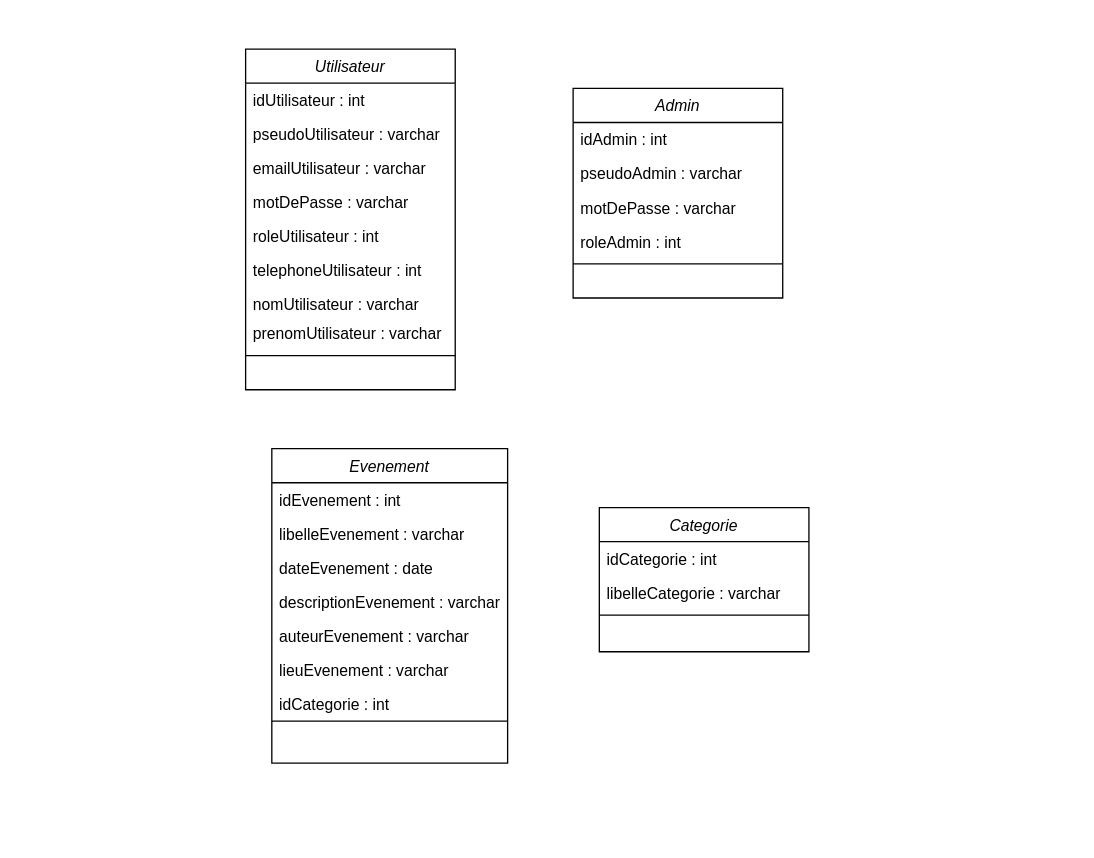
Before: Maquette/Diagramme de classe.drawio in Veraghe/BAM, a draw.io diagram. Source tidied: cells renumbered, new cells numbered last; positions are measured from the earlier drawing's top-left corner, leaving out a move shared by most shapes. Both pictures are drawn from the tidied source at 131%, with x=0, y=0 at pixel (245, 48).
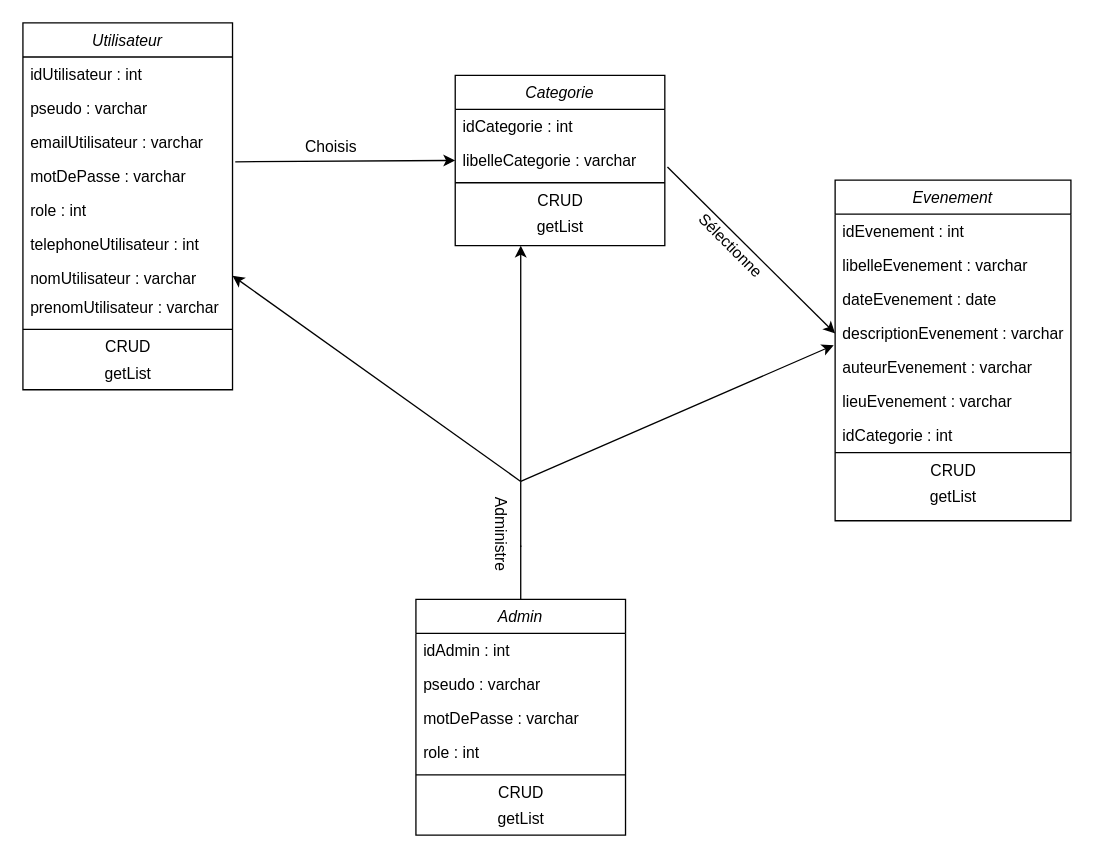
The same diagram, later.

Commit message:
diagramme de classe

Unchanged cells that the change refers to:
```xml
<mxCell id="6" value="motDePasse : varchar&#10;&#10;" style="text;align=left;verticalAlign=top;spacingLeft=4;spacingRight=4;overflow=hidden;points=[[0,0.5],[1,0.5]];portConstraint=eastwest;rounded=0;shadow=0;html=0;" parent="2" vertex="1">
  <mxGeometry y="104" width="160" height="26" as="geometry" />
</mxCell>
<mxCell id="9" value="nomUtilisateur : varchar" style="text;align=left;verticalAlign=top;spacingLeft=4;spacingRight=4;overflow=hidden;points=[[0,0.5],[1,0.5]];portConstraint=eastwest;" parent="2" vertex="1">
  <mxGeometry y="182" width="160" height="22" as="geometry" />
</mxCell>
<mxCell id="22" value="descriptionEvenement : varchar&#10;&#10;" style="text;align=left;verticalAlign=top;spacingLeft=4;spacingRight=4;overflow=hidden;points=[[0,0.5],[1,0.5]];portConstraint=eastwest;rounded=0;shadow=0;html=0;" parent="18" vertex="1">
  <mxGeometry y="104" width="180" height="26" as="geometry" />
</mxCell>
```

Change to the diagram source:
```diff
@@
     <mxCell id="2" value="Utilisateur" style="swimlane;fontStyle=2;align=center;verticalAlign=top;horizontal=1;startSize=26;rounded=0;shadow=0;strokeWidth=1;" parent="1" vertex="1">
-      <mxGeometry width="160" height="260" as="geometry" />
+      <mxGeometry x="-170" y="-20" width="160" height="280" as="geometry" />
     </mxCell>
@@
-    <mxCell id="4" value="pseudoUtilisateur : varchar" style="text;align=left;verticalAlign=top;spacingLeft=4;spacingRight=4;overflow=hidden;rounded=0;shadow=0;html=0;" parent="2" vertex="1">
+    <mxCell id="4" value="pseudo : varchar" style="text;align=left;verticalAlign=top;spacingLeft=4;spacingRight=4;overflow=hidden;rounded=0;shadow=0;html=0;" parent="2" vertex="1">
       <mxGeometry y="52" width="160" height="26" as="geometry" />
     </mxCell>
@@
-    <mxCell id="7" value="roleUtilisateur : int&#10;" style="text;align=left;verticalAlign=top;spacingLeft=4;spacingRight=4;overflow=hidden;" parent="2" vertex="1">
+    <mxCell id="7" value="role : int&#10;" style="text;align=left;verticalAlign=top;spacingLeft=4;spacingRight=4;overflow=hidden;" parent="2" vertex="1">
       <mxGeometry y="130" width="160" height="26" as="geometry" />
     </mxCell>
@@
-    <mxCell id="12" value="Admin" style="swimlane;fontStyle=2;align=center;verticalAlign=top;horizontal=1;startSize=26;rounded=0;shadow=0;strokeWidth=1;" parent="1" vertex="1">
-      <mxGeometry x="250" y="30" width="160" height="160" as="geometry" />
-    </mxCell>
-    <mxCell id="13" value="idAdmin : int" style="text;align=left;verticalAlign=top;spacingLeft=4;spacingRight=4;overflow=hidden;" parent="12" vertex="1">
-      <mxGeometry y="26" width="160" height="26" as="geometry" />
-    </mxCell>
-    <mxCell id="14" value="pseudoAdmin : varchar" style="text;align=left;verticalAlign=top;spacingLeft=4;spacingRight=4;overflow=hidden;rounded=0;shadow=0;html=0;" parent="12" vertex="1">
-      <mxGeometry y="52" width="160" height="26" as="geometry" />
-    </mxCell>
-    <mxCell id="15" value="motDePasse : varchar&#10;&#10;" style="text;align=left;verticalAlign=top;spacingLeft=4;spacingRight=4;overflow=hidden;rounded=0;shadow=0;html=0;" parent="12" vertex="1">
-      <mxGeometry y="78" width="160" height="26" as="geometry" />
-    </mxCell>
-    <mxCell id="16" value="roleAdmin : int&#10;" style="text;align=left;verticalAlign=top;spacingLeft=4;spacingRight=4;overflow=hidden;" parent="12" vertex="1">
-      <mxGeometry y="104" width="160" height="26" as="geometry" />
-    </mxCell>
-    <mxCell id="17" style="line;html=1;strokeWidth=1;align=left;verticalAlign=middle;spacingTop=-1;spacingLeft=3;spacingRight=3;labelPosition=right;" parent="12" vertex="1">
-      <mxGeometry y="130" width="160" height="8" as="geometry" />
-    </mxCell>
+    <mxCell id="31" value="CRUD" style="text;html=1;align=center;verticalAlign=middle;" parent="2" vertex="1">
+      <mxGeometry y="238" width="160" height="20" as="geometry" />
+    </mxCell>
+    <mxCell id="32" value="getList" style="text;html=1;align=center;verticalAlign=middle;" parent="2" vertex="1">
+      <mxGeometry y="258" width="160" height="20" as="geometry" />
+    </mxCell>
+    <mxCell id="27" value="Categorie" style="swimlane;fontStyle=2;align=center;verticalAlign=top;horizontal=1;startSize=26;rounded=0;shadow=0;strokeWidth=1;" parent="1" vertex="1">
+      <mxGeometry x="160" y="20" width="160" height="130" as="geometry" />
+    </mxCell>
+    <mxCell id="28" value="idCategorie : int" style="text;align=left;verticalAlign=top;spacingLeft=4;spacingRight=4;overflow=hidden;" parent="27" vertex="1">
+      <mxGeometry y="26" width="160" height="26" as="geometry" />
+    </mxCell>
+    <mxCell id="29" value="libelleCategorie : varchar" style="text;align=left;verticalAlign=top;spacingLeft=4;spacingRight=4;overflow=hidden;points=[[0,0.5],[1,0.5]];portConstraint=eastwest;rounded=0;shadow=0;html=0;" parent="27" vertex="1">
+      <mxGeometry y="52" width="160" height="26" as="geometry" />
+    </mxCell>
+    <mxCell id="30" style="line;html=1;strokeWidth=1;align=left;verticalAlign=middle;spacingTop=-1;spacingLeft=3;spacingRight=3;labelPosition=right;" parent="27" vertex="1">
+      <mxGeometry y="78" width="160" height="8" as="geometry" />
+    </mxCell>
+    <mxCell id="33" value="CRUD" style="text;html=1;align=center;verticalAlign=middle;" parent="27" vertex="1">
+      <mxGeometry y="86" width="160" height="20" as="geometry" />
+    </mxCell>
+    <mxCell id="34" value="getList" style="text;html=1;align=center;verticalAlign=middle;" parent="27" vertex="1">
+      <mxGeometry y="106" width="160" height="20" as="geometry" />
+    </mxCell>
     <mxCell id="18" value="Evenement" style="swimlane;fontStyle=2;align=center;verticalAlign=top;horizontal=1;startSize=26;rounded=0;shadow=0;strokeWidth=1;" parent="1" vertex="1">
-      <mxGeometry x="20" y="305" width="180" height="240" as="geometry" />
+      <mxGeometry x="450" y="100" width="180" height="260" as="geometry" />
     </mxCell>
@@
-    <mxCell id="27" value="Categorie" style="swimlane;fontStyle=2;align=center;verticalAlign=top;horizontal=1;startSize=26;rounded=0;shadow=0;strokeWidth=1;" parent="1" vertex="1">
-      <mxGeometry x="270" y="350" width="160" height="110" as="geometry" />
-    </mxCell>
-    <mxCell id="28" value="idCategorie : int" style="text;align=left;verticalAlign=top;spacingLeft=4;spacingRight=4;overflow=hidden;" parent="27" vertex="1">
-      <mxGeometry y="26" width="160" height="26" as="geometry" />
-    </mxCell>
-    <mxCell id="29" value="libelleCategorie : varchar" style="text;align=left;verticalAlign=top;spacingLeft=4;spacingRight=4;overflow=hidden;points=[[0,0.5],[1,0.5]];portConstraint=eastwest;rounded=0;shadow=0;html=0;" parent="27" vertex="1">
-      <mxGeometry y="52" width="160" height="26" as="geometry" />
-    </mxCell>
-    <mxCell id="30" style="line;html=1;strokeWidth=1;align=left;verticalAlign=middle;spacingTop=-1;spacingLeft=3;spacingRight=3;labelPosition=right;" parent="27" vertex="1">
-      <mxGeometry y="78" width="160" height="8" as="geometry" />
-    </mxCell>
+    <mxCell id="35" value="CRUD" style="text;html=1;align=center;verticalAlign=middle;" parent="18" vertex="1">
+      <mxGeometry y="212" width="180" height="20" as="geometry" />
+    </mxCell>
+    <mxCell id="36" value="getList" style="text;html=1;align=center;verticalAlign=middle;" parent="18" vertex="1">
+      <mxGeometry y="232" width="180" height="20" as="geometry" />
+    </mxCell>
+    <mxCell id="37" style="endArrow=classic;html=1;entryX=0;entryY=0.5;entryDx=0;entryDy=0;exitX=1.013;exitY=0.077;exitDx=0;exitDy=0;exitPerimeter=0;" parent="1" edge="1" source="6" target="29">
+      <mxGeometry relative="1" as="geometry" />
+    </mxCell>
+    <mxCell id="38" value="Choisis" style="text;html=1;align=center;verticalAlign=middle;" parent="1" vertex="1">
+      <mxGeometry x="40" y="65" width="50" height="20" as="geometry" />
+    </mxCell>
+    <mxCell id="39" style="endArrow=classic;html=1;entryX=0;entryY=0.5;entryDx=0;entryDy=0;" parent="1" edge="1" target="22">
+      <mxGeometry relative="1" as="geometry">
+        <mxPoint x="322" y="90" as="sourcePoint" />
+      </mxGeometry>
+    </mxCell>
+    <mxCell id="40" value="Sélectionne" style="text;html=1;align=center;verticalAlign=middle;rotation=45;" parent="1" vertex="1">
+      <mxGeometry x="330" y="140" width="80" height="20" as="geometry" />
+    </mxCell>
+    <mxCell id="12" value="Admin" style="swimlane;fontStyle=2;align=center;verticalAlign=top;horizontal=1;startSize=26;rounded=0;shadow=0;strokeWidth=1;" parent="1" vertex="1">
+      <mxGeometry x="130" y="420" width="160" height="180" as="geometry" />
+    </mxCell>
+    <mxCell id="13" value="idAdmin : int" style="text;align=left;verticalAlign=top;spacingLeft=4;spacingRight=4;overflow=hidden;" parent="12" vertex="1">
+      <mxGeometry y="26" width="160" height="26" as="geometry" />
+    </mxCell>
+    <mxCell id="14" value="pseudo : varchar" style="text;align=left;verticalAlign=top;spacingLeft=4;spacingRight=4;overflow=hidden;rounded=0;shadow=0;html=0;" parent="12" vertex="1">
+      <mxGeometry y="52" width="160" height="26" as="geometry" />
+    </mxCell>
+    <mxCell id="15" value="motDePasse : varchar&#10;&#10;" style="text;align=left;verticalAlign=top;spacingLeft=4;spacingRight=4;overflow=hidden;rounded=0;shadow=0;html=0;" parent="12" vertex="1">
+      <mxGeometry y="78" width="160" height="26" as="geometry" />
+    </mxCell>
+    <mxCell id="16" value="role : int&#10;" style="text;align=left;verticalAlign=top;spacingLeft=4;spacingRight=4;overflow=hidden;" parent="12" vertex="1">
+      <mxGeometry y="104" width="160" height="26" as="geometry" />
+    </mxCell>
+    <mxCell id="17" style="line;html=1;strokeWidth=1;align=left;verticalAlign=middle;spacingTop=-1;spacingLeft=3;spacingRight=3;labelPosition=right;" parent="12" vertex="1">
+      <mxGeometry y="130" width="160" height="8" as="geometry" />
+    </mxCell>
+    <mxCell id="41" value="CRUD" style="text;html=1;align=center;verticalAlign=middle;" parent="12" vertex="1">
+      <mxGeometry y="138" width="160" height="20" as="geometry" />
+    </mxCell>
+    <mxCell id="42" value="getList" style="text;html=1;align=center;verticalAlign=middle;" parent="12" vertex="1">
+      <mxGeometry y="158" width="160" height="20" as="geometry" />
+    </mxCell>
+    <mxCell id="43" style="endArrow=none;html=1;" parent="1" edge="1">
+      <mxGeometry relative="1" as="geometry">
+        <mxPoint x="210" y="380" as="sourcePoint" />
+        <mxPoint x="210" y="330" as="targetPoint" />
+      </mxGeometry>
+    </mxCell>
+    <mxCell id="44" style="endArrow=classic;html=1;entryX=1;entryY=0.5;entryDx=0;entryDy=0;" parent="1" edge="1" target="9">
+      <mxGeometry relative="1" as="geometry">
+        <mxPoint x="210" y="330" as="sourcePoint" />
+      </mxGeometry>
+    </mxCell>
+    <mxCell id="45" style="endArrow=classic;html=1;" parent="1" edge="1">
+      <mxGeometry relative="1" as="geometry">
+        <mxPoint x="210" y="330" as="sourcePoint" />
+        <mxPoint x="210" y="150" as="targetPoint" />
+      </mxGeometry>
+    </mxCell>
+    <mxCell id="46" style="endArrow=classic;html=1;entryX=-0.006;entryY=0.846;entryDx=0;entryDy=0;entryPerimeter=0;" parent="1" edge="1" target="22">
+      <mxGeometry relative="1" as="geometry">
+        <mxPoint x="210" y="330" as="sourcePoint" />
+      </mxGeometry>
+    </mxCell>
+    <mxCell id="47" value="Administre" style="text;html=1;align=center;verticalAlign=middle;rotation=90;" parent="1" vertex="1">
+      <mxGeometry x="160" y="360" width="70" height="20" as="geometry" />
+    </mxCell>
+    <mxCell id="48" style="endArrow=none;html=1;exitX=0.5;exitY=0;exitDx=0;exitDy=0;" parent="1" edge="1" source="12">
+      <mxGeometry relative="1" as="geometry">
+        <mxPoint x="210" y="379" as="targetPoint" />
+      </mxGeometry>
+    </mxCell>
```
